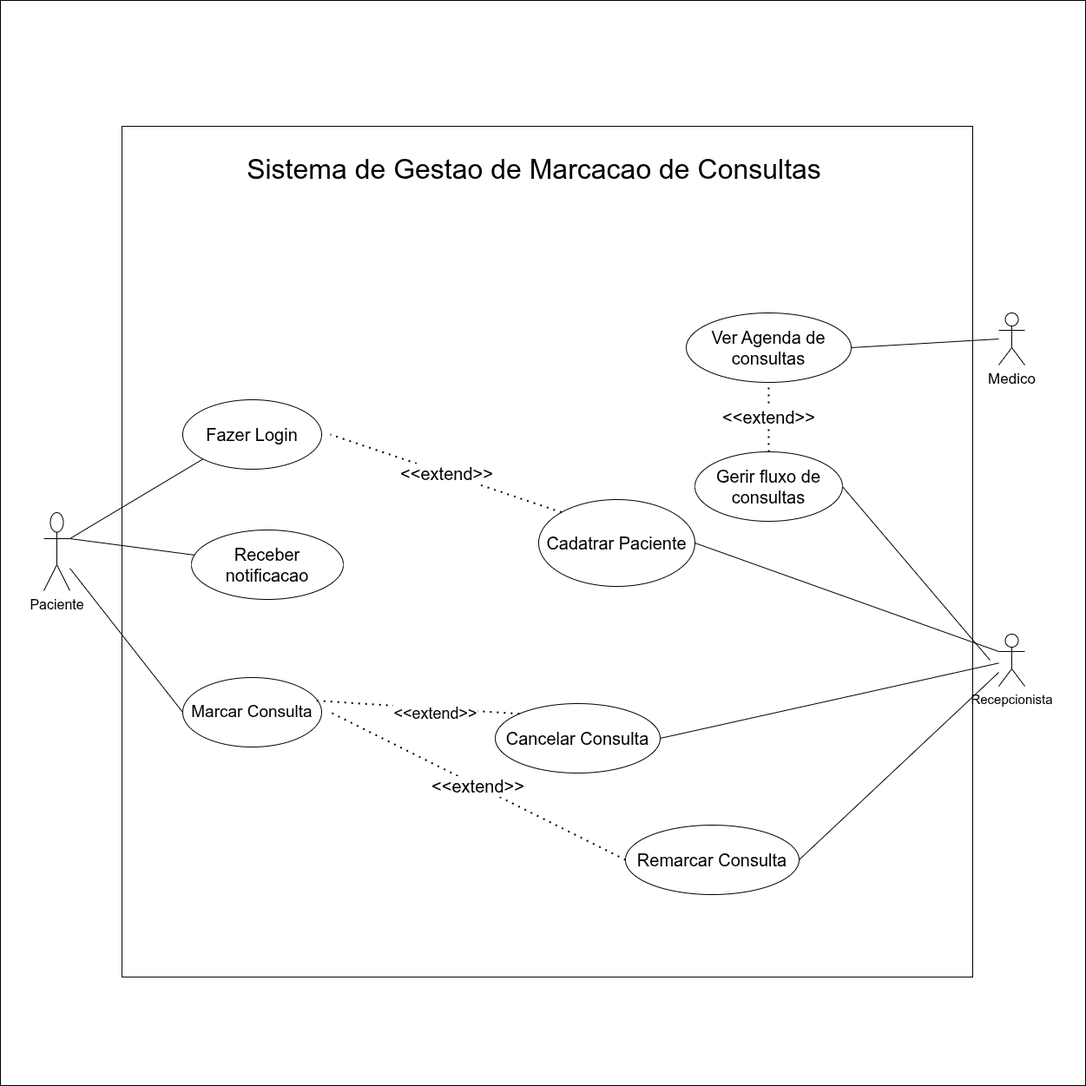
Earlier version of the draw.io export docs/clinica.png (jinw002539/MozBooking_Dev). Source tidied: cells renumbered, new cells last; positions are measured from the earlier drawing's top-left corner, leaving out a move shared by most shapes.
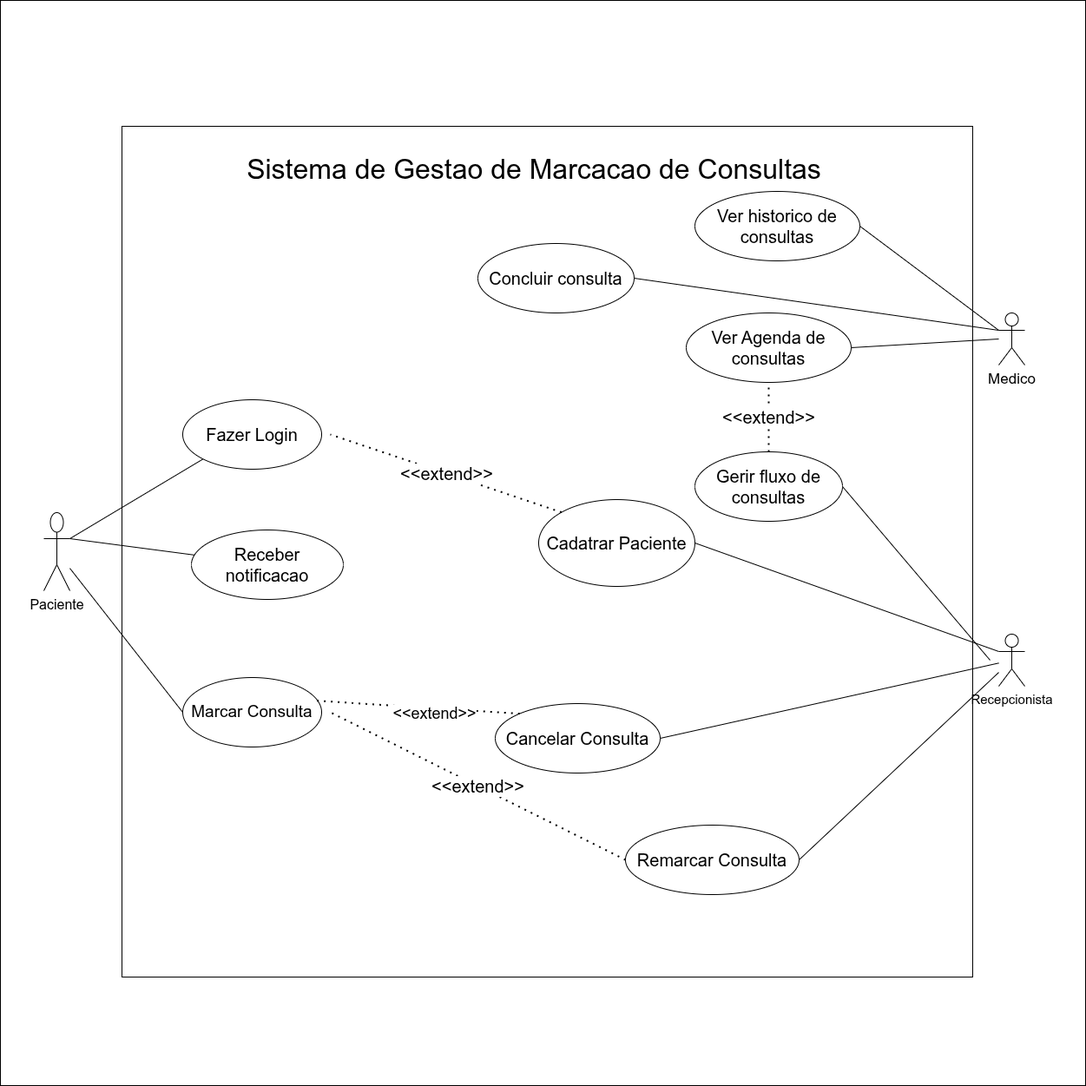
Above is the later version.

Change to the diagram source:
```diff
@@ -93,5 +93,17 @@
     <mxCell id="28" value="&lt;font style=&quot;font-size: 20px;&quot;&gt;&amp;lt;&amp;lt;extend&amp;gt;&amp;gt;&lt;/font&gt;" style="endArrow=none;dashed=1;html=1;dashPattern=1 3;strokeWidth=2;rounded=0;entryX=0.5;entryY=1;entryDx=0;entryDy=0;exitX=0.5;exitY=0;exitDx=0;exitDy=0;" parent="1" edge="1" source="13" target="26">
       <mxGeometry relative="1" as="geometry" />
     </mxCell>
+    <mxCell id="29" value="&lt;font style=&quot;font-size: 20px;&quot;&gt;Ver historico de consultas&lt;/font&gt;" style="ellipse;whiteSpace=wrap;html=1;" parent="1" vertex="1">
+      <mxGeometry x="800" y="220" width="190" height="80" as="geometry" />
+    </mxCell>
+    <mxCell id="30" style="endArrow=none;html=1;rounded=0;entryX=0;entryY=0.3333333333333333;entryDx=0;entryDy=0;entryPerimeter=0;exitX=1;exitY=0.5;exitDx=0;exitDy=0;" parent="1" edge="1" source="29" target="5">
+      <mxGeometry relative="1" as="geometry" />
+    </mxCell>
+    <mxCell id="31" value="&lt;font style=&quot;font-size: 20px;&quot;&gt;Concluir consulta&lt;/font&gt;" style="ellipse;whiteSpace=wrap;html=1;" parent="1" vertex="1">
+      <mxGeometry x="550" y="280" width="180" height="80" as="geometry" />
+    </mxCell>
+    <mxCell id="32" style="endArrow=none;html=1;rounded=0;exitX=1;exitY=0.5;exitDx=0;exitDy=0;entryX=0;entryY=0.3333333333333333;entryDx=0;entryDy=0;entryPerimeter=0;" parent="1" edge="1" source="31" target="5">
+      <mxGeometry relative="1" as="geometry" />
+    </mxCell>
   </root>
 </mxGraphModel>
```
